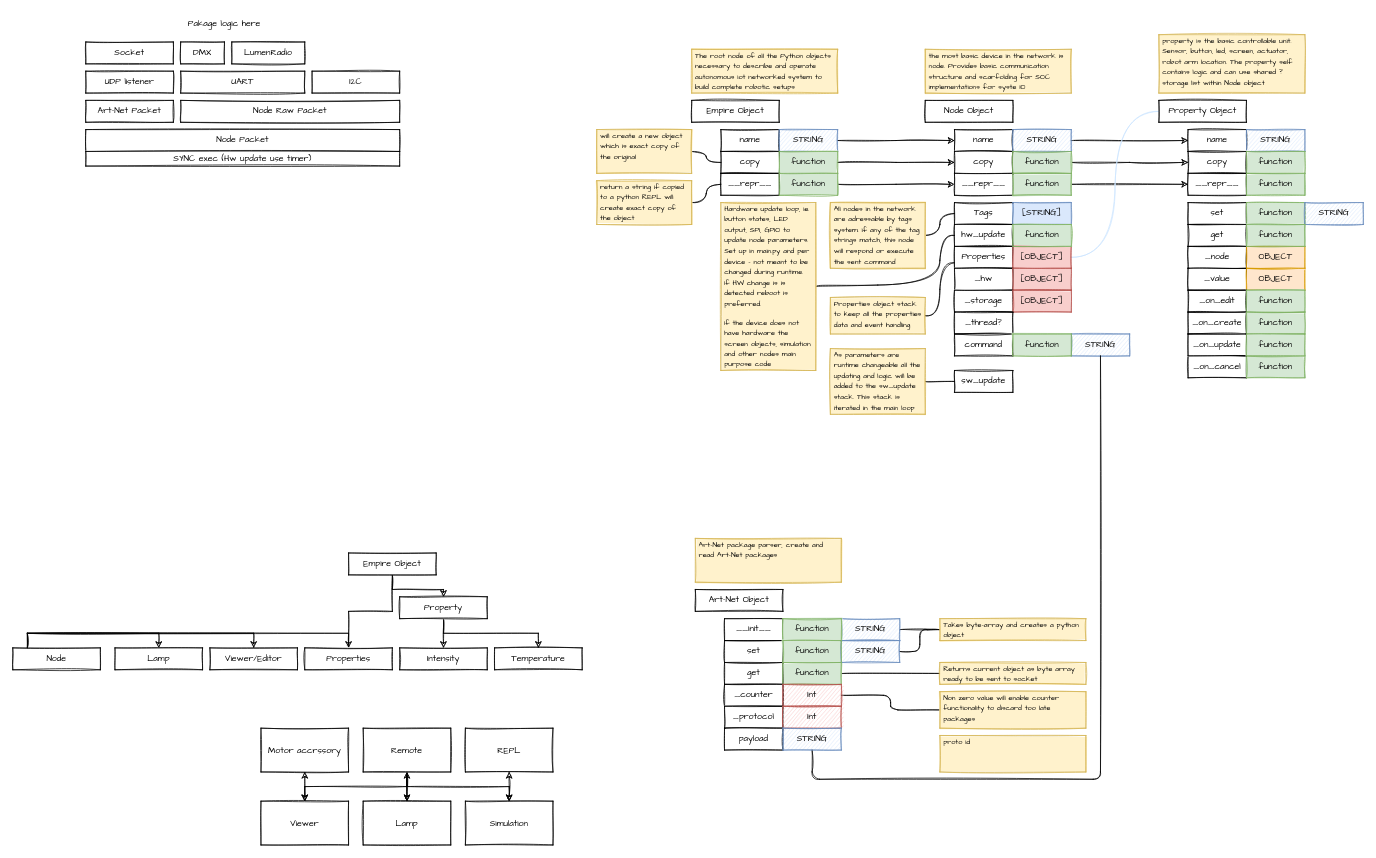
empire-ai/EmpireNode keeps this draw.io diagram as empire/Untitled Diagram.drawio. Above is the earlier version. Source tidied: cells renumbered, new cells numbered last; positions are measured from the earlier drawing's top-left corner, leaving out a move shared by most shapes. Both pictures are drawn from the tidied source at 73%, with x=0, y=0 at pixel (12, 12).
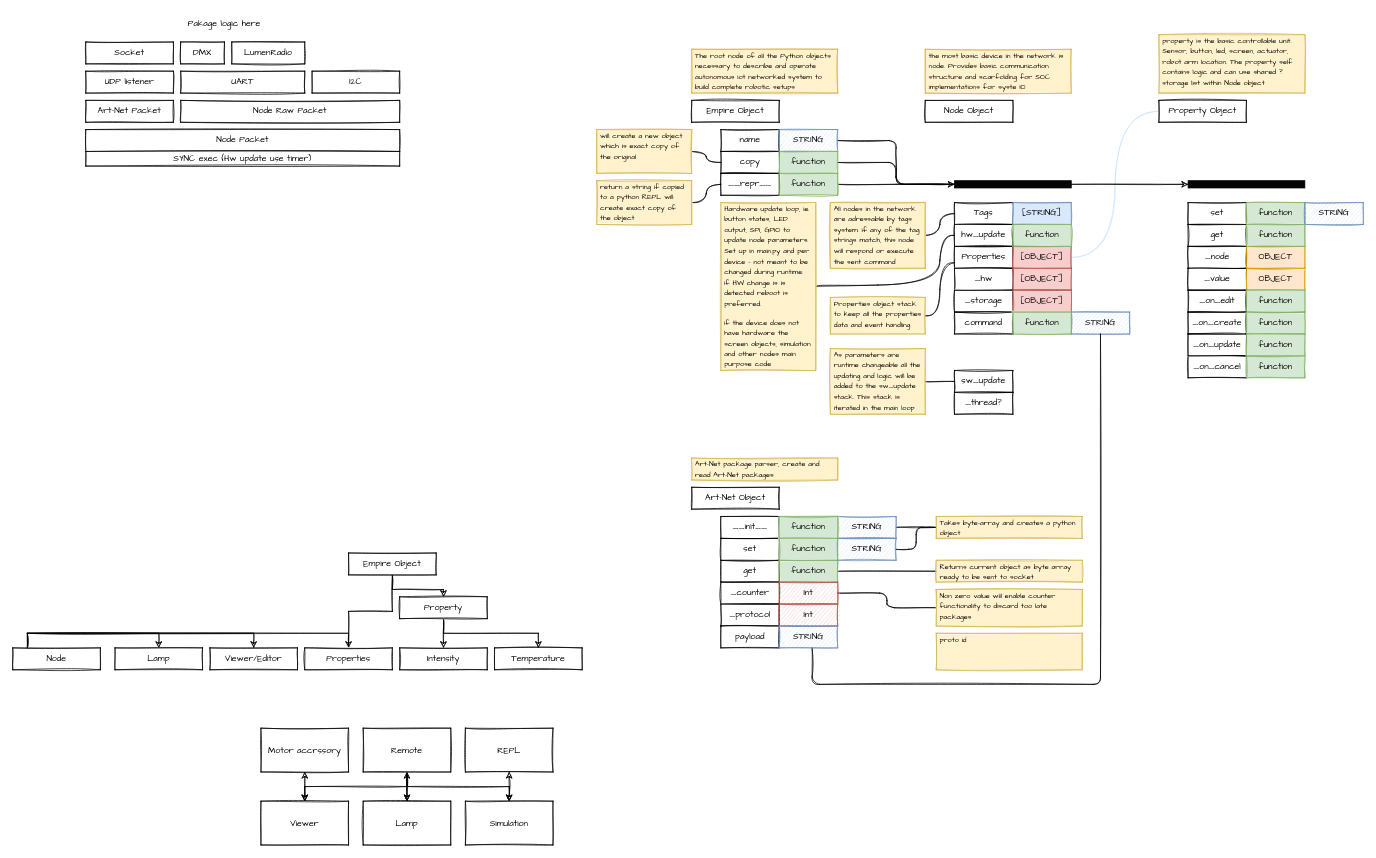
Above is the later version.

Unchanged cells that the change refers to:
```xml
<mxCell id="5" value="STRING" style="rounded=0;whiteSpace=wrap;html=1;sketch=1;fontFamily=Architects Daughter;fillColor=#dae8fc;strokeColor=#6c8ebf;" parent="1" vertex="1">
  <mxGeometry x="1050" y="160" width="80" height="30" as="geometry" />
</mxCell>
<mxCell id="19" value="function" style="rounded=0;whiteSpace=wrap;html=1;sketch=1;fontFamily=Architects Daughter;fillColor=#d5e8d4;strokeColor=#82b366;fillStyle=solid;" parent="1" vertex="1">
  <mxGeometry x="1050" y="190" width="80" height="30" as="geometry" />
</mxCell>
```

Change to the diagram source:
```diff
@@
-    <mxCell id="4" style="edgeStyle=orthogonalEdgeStyle;rounded=0;sketch=1;jettySize=auto;html=1;entryX=0;entryY=0.5;entryDx=0;entryDy=0;" parent="1" edge="1" source="5">
-      <mxGeometry relative="1" as="geometry">
-        <mxPoint x="1290" y="175" as="targetPoint" />
-      </mxGeometry>
-    </mxCell>
+    <mxCell id="140" style="edgeStyle=orthogonalEdgeStyle;rounded=1;sketch=1;jumpStyle=none;jettySize=auto;html=1;entryX=0;entryY=0.5;entryDx=0;entryDy=0;endArrow=none;endFill=0;" parent="1" edge="1" source="5" target="143">
+      <mxGeometry relative="1" as="geometry" />
+    </mxCell>
@@
-    <mxCell id="18" style="edgeStyle=orthogonalEdgeStyle;rounded=0;sketch=1;jettySize=auto;html=1;entryX=0;entryY=0.5;entryDx=0;entryDy=0;exitX=1;exitY=0.5;exitDx=0;exitDy=0;" parent="1" edge="1" source="19">
-      <mxGeometry relative="1" as="geometry">
-        <mxPoint x="1290" y="205" as="targetPoint" />
-      </mxGeometry>
-    </mxCell>
+    <mxCell id="141" style="edgeStyle=orthogonalEdgeStyle;rounded=1;sketch=1;jumpStyle=none;jettySize=auto;html=1;entryX=0;entryY=0.5;entryDx=0;entryDy=0;endArrow=none;endFill=0;" parent="1" edge="1" source="19" target="143">
+      <mxGeometry relative="1" as="geometry" />
+    </mxCell>
@@
-    <mxCell id="28" style="edgeStyle=orthogonalEdgeStyle;rounded=0;sketch=1;orthogonalLoop=1;jettySize=auto;html=1;entryX=0;entryY=0.5;entryDx=0;entryDy=0;" parent="1" edge="1">
-      <mxGeometry relative="1" as="geometry">
-        <mxPoint x="1450" y="175" as="sourcePoint" />
-        <mxPoint x="1610" y="175" as="targetPoint" />
-      </mxGeometry>
-    </mxCell>
-    <mxCell id="29" style="edgeStyle=orthogonalEdgeStyle;rounded=0;sketch=1;jettySize=auto;html=1;entryX=0;entryY=0.5;entryDx=0;entryDy=0;exitX=1;exitY=0.5;exitDx=0;exitDy=0;" parent="1" edge="1" source="84">
-      <mxGeometry relative="1" as="geometry">
-        <mxPoint x="1610" y="205" as="targetPoint" />
-      </mxGeometry>
-    </mxCell>
-    <mxCell id="30" style="edgeStyle=orthogonalEdgeStyle;rounded=0;sketch=1;orthogonalLoop=1;jettySize=auto;html=1;entryX=0;entryY=0.5;entryDx=0;entryDy=0;" parent="1" edge="1">
-      <mxGeometry relative="1" as="geometry">
-        <mxPoint x="1450" y="235" as="sourcePoint" />
-        <mxPoint x="1610" y="235" as="targetPoint" />
-      </mxGeometry>
-    </mxCell>
@@
-    <mxCell id="81" value="name" style="rounded=0;whiteSpace=wrap;html=1;sketch=1;fontFamily=Architects Daughter;" parent="1" vertex="1">
-      <mxGeometry x="1290" y="160" width="80" height="30" as="geometry" />
-    </mxCell>
-    <mxCell id="82" value="STRING" style="rounded=0;whiteSpace=wrap;html=1;sketch=1;fontFamily=Architects Daughter;fillColor=#dae8fc;strokeColor=#6c8ebf;" parent="1" vertex="1">
-      <mxGeometry x="1370" y="160" width="80" height="30" as="geometry" />
-    </mxCell>
-    <mxCell id="83" value="copy" style="rounded=0;whiteSpace=wrap;html=1;sketch=1;fontFamily=Architects Daughter;" parent="1" vertex="1">
-      <mxGeometry x="1290" y="190" width="80" height="30" as="geometry" />
-    </mxCell>
-    <mxCell id="84" value="function" style="rounded=0;whiteSpace=wrap;html=1;sketch=1;fontFamily=Architects Daughter;fillColor=#d5e8d4;strokeColor=#82b366;fillStyle=solid;" parent="1" vertex="1">
-      <mxGeometry x="1370" y="190" width="80" height="30" as="geometry" />
-    </mxCell>
-    <mxCell id="85" value="__repr__" style="rounded=0;whiteSpace=wrap;html=1;sketch=1;fontFamily=Architects Daughter;" parent="1" vertex="1">
-      <mxGeometry x="1290" y="220" width="80" height="30" as="geometry" />
-    </mxCell>
-    <mxCell id="86" value="function" style="rounded=0;whiteSpace=wrap;html=1;sketch=1;fontFamily=Architects Daughter;fillColor=#d5e8d4;strokeColor=#82b366;fillStyle=solid;" parent="1" vertex="1">
-      <mxGeometry x="1370" y="220" width="80" height="30" as="geometry" />
-    </mxCell>
-    <mxCell id="87" value="name" style="rounded=0;whiteSpace=wrap;html=1;sketch=1;fontFamily=Architects Daughter;" parent="1" vertex="1">
-      <mxGeometry x="1610" y="160" width="80" height="30" as="geometry" />
-    </mxCell>
-    <mxCell id="88" value="STRING" style="rounded=0;whiteSpace=wrap;html=1;sketch=1;fontFamily=Architects Daughter;fillColor=#dae8fc;strokeColor=#6c8ebf;" parent="1" vertex="1">
-      <mxGeometry x="1690" y="160" width="80" height="30" as="geometry" />
-    </mxCell>
-    <mxCell id="89" value="copy" style="rounded=0;whiteSpace=wrap;html=1;sketch=1;fontFamily=Architects Daughter;" parent="1" vertex="1">
-      <mxGeometry x="1610" y="190" width="80" height="30" as="geometry" />
-    </mxCell>
-    <mxCell id="90" value="function" style="rounded=0;whiteSpace=wrap;html=1;sketch=1;fontFamily=Architects Daughter;fillColor=#d5e8d4;strokeColor=#82b366;fillStyle=solid;" parent="1" vertex="1">
-      <mxGeometry x="1690" y="190" width="80" height="30" as="geometry" />
-    </mxCell>
-    <mxCell id="91" value="__repr__" style="rounded=0;whiteSpace=wrap;html=1;sketch=1;fontFamily=Architects Daughter;" parent="1" vertex="1">
-      <mxGeometry x="1610" y="220" width="80" height="30" as="geometry" />
-    </mxCell>
-    <mxCell id="92" value="function" style="rounded=0;whiteSpace=wrap;html=1;sketch=1;fontFamily=Architects Daughter;fillColor=#d5e8d4;strokeColor=#82b366;fillStyle=solid;" parent="1" vertex="1">
-      <mxGeometry x="1690" y="220" width="80" height="30" as="geometry" />
-    </mxCell>
@@
     <mxCell id="103" value="_thread?" style="rounded=0;whiteSpace=wrap;html=1;sketch=1;fontFamily=Architects Daughter;" parent="1" vertex="1">
-      <mxGeometry x="1290" y="410" width="80" height="30" as="geometry" />
+      <mxGeometry x="1290" y="520" width="80" height="30" as="geometry" />
     </mxCell>
     <mxCell id="104" value="command" style="rounded=0;whiteSpace=wrap;html=1;sketch=1;fontFamily=Architects Daughter;" parent="1" vertex="1">
-      <mxGeometry x="1290" y="440" width="80" height="30" as="geometry" />
+      <mxGeometry x="1290" y="410" width="80" height="30" as="geometry" />
     </mxCell>
     <mxCell id="105" value="STRING" style="rounded=0;whiteSpace=wrap;html=1;sketch=1;fontFamily=Architects Daughter;fillColor=#dae8fc;strokeColor=#6c8ebf;" parent="1" vertex="1">
-      <mxGeometry x="1450" y="440" width="80" height="30" as="geometry" />
+      <mxGeometry x="1450" y="410" width="80" height="30" as="geometry" />
     </mxCell>
     <mxCell id="106" value="function" style="rounded=0;whiteSpace=wrap;html=1;sketch=1;fontFamily=Architects Daughter;fillColor=#d5e8d4;strokeColor=#82b366;fillStyle=solid;" parent="1" vertex="1">
-      <mxGeometry x="1370" y="440" width="80" height="30" as="geometry" />
+      <mxGeometry x="1370" y="410" width="80" height="30" as="geometry" />
     </mxCell>
@@
     <mxCell id="115" value="Art-Net Object" style="rounded=0;whiteSpace=wrap;html=1;sketch=1;fontFamily=Architects Daughter;" parent="1" vertex="1">
-      <mxGeometry x="935" y="790" width="120" height="30" as="geometry" />
+      <mxGeometry x="930" y="650" width="120" height="30" as="geometry" />
     </mxCell>
     <mxCell id="116" value="__init__" style="rounded=0;whiteSpace=wrap;html=1;sketch=1;fontFamily=Architects Daughter;" parent="1" vertex="1">
-      <mxGeometry x="975" y="830" width="80" height="30" as="geometry" />
+      <mxGeometry x="970" y="690" width="80" height="30" as="geometry" />
     </mxCell>
@@
     <mxCell id="118" value="STRING" style="rounded=0;whiteSpace=wrap;html=1;sketch=1;fontFamily=Architects Daughter;fillColor=#dae8fc;strokeColor=#6c8ebf;" parent="1" vertex="1">
-      <mxGeometry x="1135" y="830" width="80" height="30" as="geometry" />
+      <mxGeometry x="1130" y="690" width="80" height="30" as="geometry" />
     </mxCell>
     <mxCell id="119" value="get" style="rounded=0;whiteSpace=wrap;html=1;sketch=1;fontFamily=Architects Daughter;" parent="1" vertex="1">
-      <mxGeometry x="975" y="890" width="80" height="30" as="geometry" />
+      <mxGeometry x="970" y="750" width="80" height="30" as="geometry" />
     </mxCell>
     <mxCell id="120" value="function" style="rounded=0;whiteSpace=wrap;html=1;sketch=1;fontFamily=Architects Daughter;fillColor=#d5e8d4;strokeColor=#82b366;fillStyle=solid;" parent="1" vertex="1">
-      <mxGeometry x="1055" y="830" width="80" height="30" as="geometry" />
+      <mxGeometry x="1050" y="690" width="80" height="30" as="geometry" />
     </mxCell>
     <mxCell id="121" value="set" style="rounded=0;whiteSpace=wrap;html=1;sketch=1;fontFamily=Architects Daughter;" parent="1" vertex="1">
-      <mxGeometry x="975" y="860" width="80" height="30" as="geometry" />
+      <mxGeometry x="970" y="720" width="80" height="30" as="geometry" />
     </mxCell>
@@
     <mxCell id="123" value="function" style="rounded=0;whiteSpace=wrap;html=1;sketch=1;fontFamily=Architects Daughter;fillColor=#d5e8d4;strokeColor=#82b366;fillStyle=solid;" parent="1" vertex="1">
-      <mxGeometry x="1055" y="890" width="80" height="30" as="geometry" />
+      <mxGeometry x="1050" y="750" width="80" height="30" as="geometry" />
     </mxCell>
     <mxCell id="124" value="&lt;p&gt;&lt;span style=&quot;font-size: 10px;&quot;&gt;Art-Net package parser, create and read Art-Net packages&lt;/span&gt;&lt;/p&gt;" style="text;html=1;strokeColor=#d6b656;fillColor=#fff2cc;spacing=5;spacingTop=-20;whiteSpace=wrap;overflow=hidden;rounded=0;sketch=1;fillStyle=solid;fontFamily=Architects Daughter;" parent="1" vertex="1">
-      <mxGeometry x="935" y="720" width="200" height="60" as="geometry" />
+      <mxGeometry x="930" y="610" width="200" height="30" as="geometry" />
     </mxCell>
@@
     <mxCell id="126" value="STRING" style="rounded=0;whiteSpace=wrap;html=1;sketch=1;fontFamily=Architects Daughter;fillColor=#dae8fc;strokeColor=#6c8ebf;" parent="1" vertex="1">
-      <mxGeometry x="1135" y="860" width="80" height="30" as="geometry" />
+      <mxGeometry x="1130" y="720" width="80" height="30" as="geometry" />
     </mxCell>
     <mxCell id="127" value="function" style="rounded=0;whiteSpace=wrap;html=1;sketch=1;fontFamily=Architects Daughter;fillColor=#d5e8d4;strokeColor=#82b366;fillStyle=solid;" parent="1" vertex="1">
-      <mxGeometry x="1055" y="860" width="80" height="30" as="geometry" />
+      <mxGeometry x="1050" y="720" width="80" height="30" as="geometry" />
     </mxCell>
     <mxCell id="128" value="&lt;p&gt;&lt;span style=&quot;font-size: 10px;&quot;&gt;Takes byte-array and creates a python object&lt;/span&gt;&lt;/p&gt;" style="text;html=1;strokeColor=#d6b656;fillColor=#fff2cc;spacing=5;spacingTop=-20;whiteSpace=wrap;overflow=hidden;rounded=0;sketch=1;fillStyle=solid;fontFamily=Architects Daughter;" parent="1" vertex="1">
-      <mxGeometry x="1270" y="830" width="200" height="30" as="geometry" />
+      <mxGeometry x="1265" y="690" width="200" height="30" as="geometry" />
     </mxCell>
     <mxCell id="129" value="&lt;p&gt;&lt;span style=&quot;font-size: 10px;&quot;&gt;Returns current object as byte array ready to be sent to socket&lt;/span&gt;&lt;/p&gt;" style="text;html=1;strokeColor=#d6b656;fillColor=#fff2cc;spacing=5;spacingTop=-20;whiteSpace=wrap;overflow=hidden;rounded=0;sketch=1;fillStyle=solid;fontFamily=Architects Daughter;" parent="1" vertex="1">
-      <mxGeometry x="1270" y="890" width="200" height="30" as="geometry" />
+      <mxGeometry x="1265" y="750" width="200" height="30" as="geometry" />
     </mxCell>
     <mxCell id="130" value="_counter" style="rounded=0;whiteSpace=wrap;html=1;sketch=1;fontFamily=Architects Daughter;" parent="1" vertex="1">
-      <mxGeometry x="975" y="920" width="80" height="30" as="geometry" />
+      <mxGeometry x="970" y="780" width="80" height="30" as="geometry" />
     </mxCell>
@@
     <mxCell id="132" value="Int" style="rounded=0;whiteSpace=wrap;html=1;sketch=1;fontFamily=Architects Daughter;fillColor=#f8cecc;strokeColor=#b85450;" parent="1" vertex="1">
-      <mxGeometry x="1055" y="920" width="80" height="30" as="geometry" />
+      <mxGeometry x="1050" y="780" width="80" height="30" as="geometry" />
     </mxCell>
     <mxCell id="133" value="_protocol" style="rounded=0;whiteSpace=wrap;html=1;sketch=1;fontFamily=Architects Daughter;" parent="1" vertex="1">
-      <mxGeometry x="975" y="950" width="80" height="30" as="geometry" />
+      <mxGeometry x="970" y="810" width="80" height="30" as="geometry" />
     </mxCell>
     <mxCell id="134" value="Int" style="rounded=0;whiteSpace=wrap;html=1;sketch=1;fontFamily=Architects Daughter;fillColor=#f8cecc;strokeColor=#b85450;" parent="1" vertex="1">
-      <mxGeometry x="1055" y="950" width="80" height="30" as="geometry" />
+      <mxGeometry x="1050" y="810" width="80" height="30" as="geometry" />
     </mxCell>
     <mxCell id="135" value="&lt;p&gt;&lt;span style=&quot;font-size: 10px;&quot;&gt;Non zero value will enable counter functionality to discard too late packages&lt;/span&gt;&lt;/p&gt;" style="text;html=1;strokeColor=#d6b656;fillColor=#fff2cc;spacing=5;spacingTop=-20;whiteSpace=wrap;overflow=hidden;rounded=0;sketch=1;fillStyle=solid;fontFamily=Architects Daughter;" parent="1" vertex="1">
-      <mxGeometry x="1270" y="930" width="200" height="50" as="geometry" />
+      <mxGeometry x="1265" y="790" width="200" height="50" as="geometry" />
     </mxCell>
     <mxCell id="136" value="&lt;p&gt;&lt;span style=&quot;font-size: 10px;&quot;&gt;proto id&lt;/span&gt;&lt;/p&gt;" style="text;html=1;strokeColor=#d6b656;fillColor=#fff2cc;spacing=5;spacingTop=-20;whiteSpace=wrap;overflow=hidden;rounded=0;sketch=1;fillStyle=solid;fontFamily=Architects Daughter;" parent="1" vertex="1">
-      <mxGeometry x="1270" y="990" width="200" height="50" as="geometry" />
+      <mxGeometry x="1265" y="850" width="200" height="50" as="geometry" />
     </mxCell>
     <mxCell id="137" value="payload" style="rounded=0;whiteSpace=wrap;html=1;sketch=1;fontFamily=Architects Daughter;" parent="1" vertex="1">
-      <mxGeometry x="975" y="980" width="80" height="30" as="geometry" />
+      <mxGeometry x="970" y="840" width="80" height="30" as="geometry" />
     </mxCell>
     <mxCell id="138" style="edgeStyle=orthogonalEdgeStyle;rounded=1;sketch=1;jumpStyle=none;jettySize=auto;html=1;entryX=0.5;entryY=1;entryDx=0;entryDy=0;endArrow=none;endFill=0;" parent="1" edge="1" source="139" target="105">
       <mxGeometry relative="1" as="geometry">
         <Array as="points">
-          <mxPoint x="1095" y="1050" />
-          <mxPoint x="1490" y="1050" />
+          <mxPoint x="1095" y="920" />
+          <mxPoint x="1490" y="920" />
         </Array>
       </mxGeometry>
     </mxCell>
     <mxCell id="139" value="STRING" style="rounded=0;whiteSpace=wrap;html=1;sketch=1;fontFamily=Architects Daughter;fillColor=#dae8fc;strokeColor=#6c8ebf;" parent="1" vertex="1">
-      <mxGeometry x="1055" y="980" width="80" height="30" as="geometry" />
+      <mxGeometry x="1050" y="840" width="80" height="30" as="geometry" />
     </mxCell>
+    <mxCell id="142" style="edgeStyle=orthogonalEdgeStyle;rounded=1;sketch=1;jumpStyle=none;jettySize=auto;html=1;entryX=0;entryY=0.5;entryDx=0;entryDy=0;endArrow=classic;endFill=1;" parent="1" edge="1" source="143" target="144">
+      <mxGeometry relative="1" as="geometry" />
+    </mxCell>
+    <mxCell id="143" style="rounded=0;whiteSpace=wrap;html=1;fillColor=#050505;" parent="1" vertex="1">
+      <mxGeometry x="1290" y="230" width="160" height="10" as="geometry" />
+    </mxCell>
+    <mxCell id="144" style="rounded=0;whiteSpace=wrap;html=1;fillColor=#050505;" parent="1" vertex="1">
+      <mxGeometry x="1610" y="230" width="160" height="10" as="geometry" />
+    </mxCell>
```
